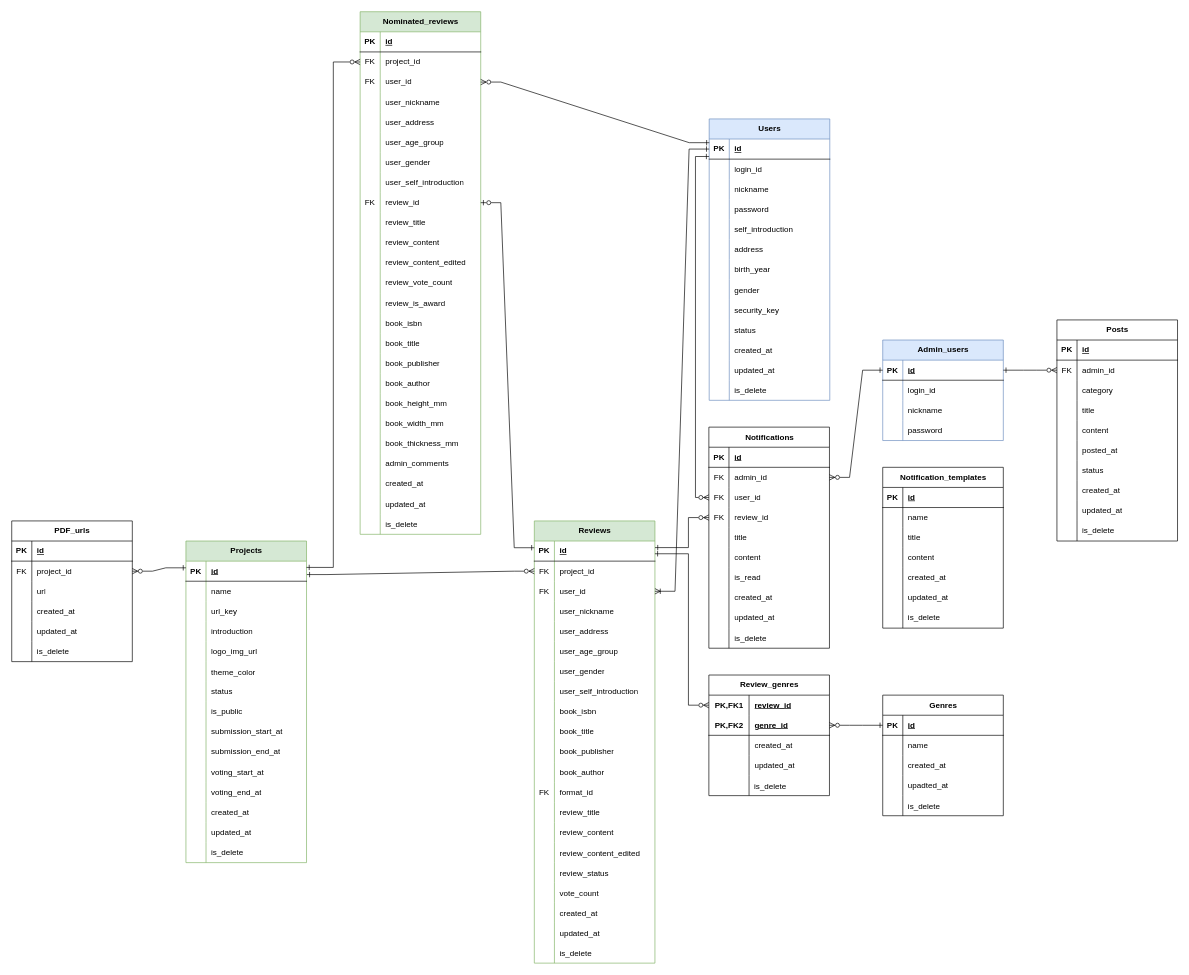
This is ER図.drawio from knagaki1225/zoutohana-documentation, a draw.io file, before an edit. Source tidied: cells renumbered, new cells numbered last; positions are measured from the earlier drawing's top-left corner, leaving out a move shared by most shapes. Both pictures are drawn from the tidied source at 67%, with x=0, y=0 at pixel (11, 11).
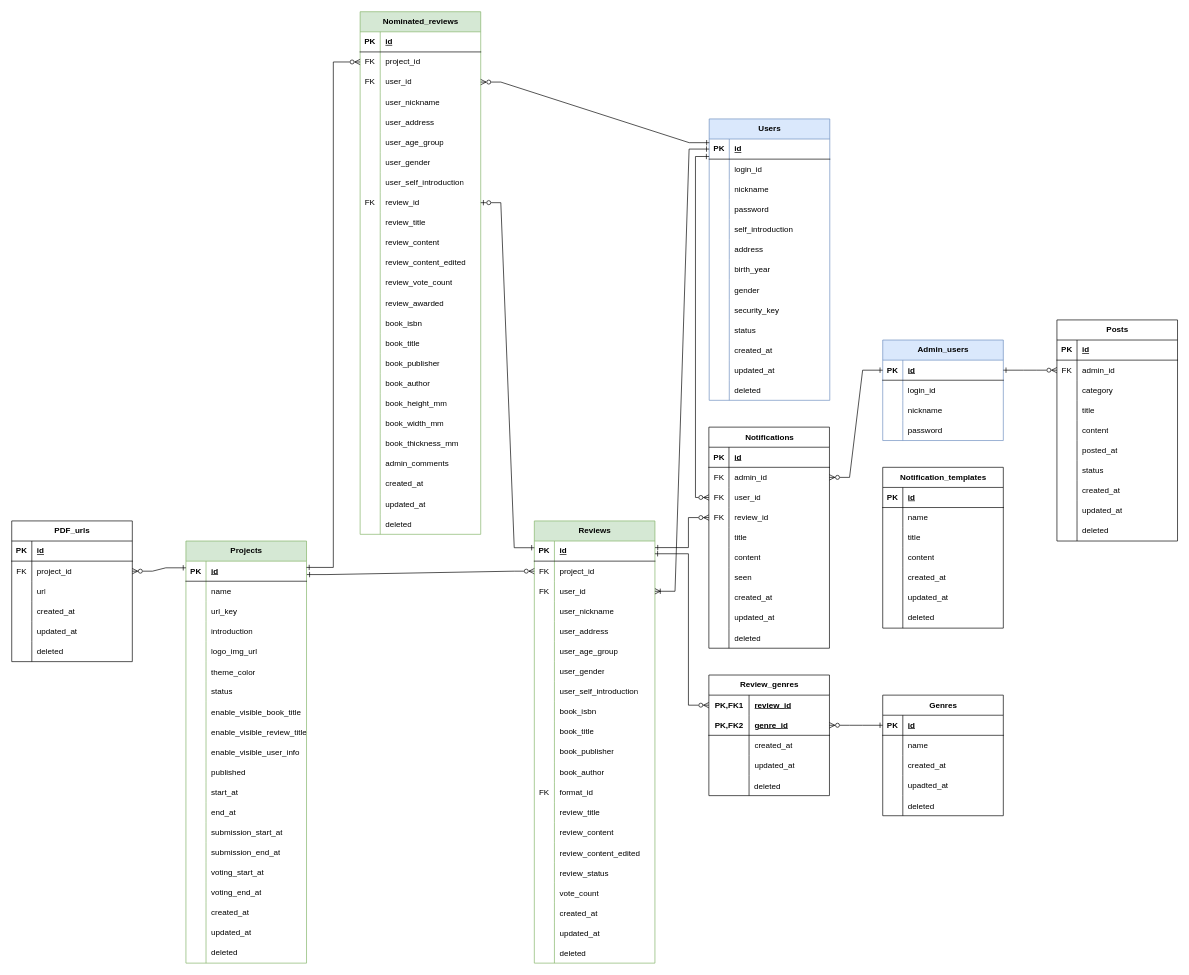
The same diagram, later.

Commit message:
ER図 is_ 接頭詞の修正

The change refers to these unchanged cells:
```xml
<mxCell id="39" style="shape=tableRow;horizontal=0;startSize=0;swimlaneHead=0;swimlaneBody=0;fillColor=none;top=0;left=0;right=0;bottom=0;" parent="2" vertex="1">
  <mxGeometry y="390" width="180" height="30" as="geometry" />
</mxCell>
<mxCell id="55" style="shape=tableRow;horizontal=0;startSize=0;swimlaneHead=0;swimlaneBody=0;fillColor=none;top=0;left=0;right=0;bottom=0;" parent="42" vertex="1">
  <mxGeometry y="150" width="180" height="30" as="geometry" />
</mxCell>
<mxCell id="119" style="shape=tableRow;horizontal=0;startSize=0;swimlaneHead=0;swimlaneBody=0;fillColor=none;top=0;left=0;right=0;bottom=0;" parent="58" vertex="1">
  <mxGeometry y="630" width="180" height="30" as="geometry" />
</mxCell>
<mxCell id="201" style="shape=tableRow;horizontal=0;startSize=0;swimlaneHead=0;swimlaneBody=0;fillColor=none;top=0;left=0;right=0;bottom=0;" parent="185" vertex="1">
  <mxGeometry y="180" width="180" height="30" as="geometry" />
</mxCell>
<mxCell id="244" style="shape=tableRow;horizontal=0;startSize=0;swimlaneHead=0;swimlaneBody=0;fillColor=none;top=0;left=0;right=0;bottom=0;" parent="204" vertex="1">
  <mxGeometry y="420" width="180" height="30" as="geometry" />
</mxCell>
<mxCell id="277" style="shape=tableRow;horizontal=0;startSize=0;swimlaneHead=0;swimlaneBody=0;fillColor=none;top=0;left=0;right=0;bottom=0;" parent="204" vertex="1">
  <mxGeometry y="750" width="180" height="30" as="geometry" />
</mxCell>
<mxCell id="301" style="shape=tableRow;horizontal=0;startSize=0;swimlaneHead=0;swimlaneBody=0;fillColor=none;top=0;left=0;right=0;bottom=0;" parent="282" vertex="1">
  <mxGeometry y="210" width="180" height="30" as="geometry" />
</mxCell>
<mxCell id="310" style="shape=tableRow;horizontal=0;startSize=0;swimlaneHead=0;swimlaneBody=0;fillColor=none;top=0;left=0;right=0;bottom=0;" parent="282" vertex="1">
  <mxGeometry y="300" width="180" height="30" as="geometry" />
</mxCell>
<mxCell id="341" style="shape=tableRow;horizontal=0;startSize=0;swimlaneHead=0;swimlaneBody=0;fillColor=none;top=0;left=0;right=0;bottom=0;" parent="313" vertex="1">
  <mxGeometry y="300" width="180" height="30" as="geometry" />
</mxCell>
<mxCell id="368" style="shape=tableRow;horizontal=0;startSize=0;swimlaneHead=0;swimlaneBody=0;fillColor=none;top=0;left=0;right=0;bottom=0;" parent="349" vertex="1">
  <mxGeometry y="210" width="180" height="30" as="geometry" />
</mxCell>
<mxCell id="385" style="shape=tableRow;horizontal=0;startSize=0;swimlaneHead=0;swimlaneBody=0;fillColor=none;top=0;left=0;right=0;bottom=0;" parent="372" vertex="1">
  <mxGeometry y="150" width="180" height="30" as="geometry" />
</mxCell>
```

What changed in the source:
```diff
@@
-    <mxCell id="41" value="is_delete" style="shape=partialRectangle;fillColor=none;top=0;left=0;bottom=0;right=0;align=left;spacingLeft=6;overflow=hidden;" parent="39" vertex="1">
+    <mxCell id="41" value="deleted" style="shape=partialRectangle;fillColor=none;top=0;left=0;bottom=0;right=0;align=left;spacingLeft=6;overflow=hidden;" parent="39" vertex="1">
       <mxGeometry x="30" width="150" height="30" as="geometry" />
     </mxCell>
@@
-    <mxCell id="57" value="is_delete" style="shape=partialRectangle;fillColor=none;top=0;left=0;bottom=0;right=0;align=left;spacingLeft=6;overflow=hidden;" parent="55" vertex="1">
+    <mxCell id="57" value="deleted" style="shape=partialRectangle;fillColor=none;top=0;left=0;bottom=0;right=0;align=left;spacingLeft=6;overflow=hidden;" parent="55" vertex="1">
       <mxGeometry x="30" width="150" height="30" as="geometry" />
     </mxCell>
@@
-    <mxCell id="121" value="is_delete" style="shape=partialRectangle;fillColor=none;top=0;left=0;bottom=0;right=0;align=left;spacingLeft=6;overflow=hidden;" parent="119" vertex="1">
+    <mxCell id="121" value="deleted" style="shape=partialRectangle;fillColor=none;top=0;left=0;bottom=0;right=0;align=left;spacingLeft=6;overflow=hidden;" parent="119" vertex="1">
       <mxGeometry x="30" width="150" height="30" as="geometry" />
     </mxCell>
     <mxCell id="122" value="Projects" style="shape=table;startSize=30;childLayout=tableLayout;rowLines=0;fontStyle=1;align=center;html=1;fillColor=#d5e8d4;strokeColor=#82b366;" parent="1" vertex="1">
-      <mxGeometry x="260" y="790" width="180" height="480" as="geometry" />
+      <mxGeometry x="260" y="790" width="180" height="630" as="geometry" />
     </mxCell>
@@
+    <mxCell id="388" style="shape=tableRow;horizontal=0;startSize=0;swimlaneHead=0;swimlaneBody=0;fillColor=none;top=0;left=0;right=0;bottom=0;" parent="122" vertex="1">
+      <mxGeometry y="240" width="180" height="30" as="geometry" />
+    </mxCell>
+    <mxCell id="389" style="shape=partialRectangle;fillColor=none;top=0;left=0;bottom=0;right=0;overflow=hidden;" parent="388" vertex="1">
+      <mxGeometry width="30" height="30" as="geometry" />
+    </mxCell>
+    <mxCell id="390" value="enable_visible_book_title" style="shape=partialRectangle;fillColor=none;top=0;left=0;bottom=0;right=0;align=left;spacingLeft=6;overflow=hidden;" parent="388" vertex="1">
+      <mxGeometry x="30" width="150" height="30" as="geometry" />
+    </mxCell>
+    <mxCell id="391" style="shape=tableRow;horizontal=0;startSize=0;swimlaneHead=0;swimlaneBody=0;fillColor=none;top=0;left=0;right=0;bottom=0;" parent="122" vertex="1">
+      <mxGeometry y="270" width="180" height="30" as="geometry" />
+    </mxCell>
+    <mxCell id="392" style="shape=partialRectangle;fillColor=none;top=0;left=0;bottom=0;right=0;overflow=hidden;" parent="391" vertex="1">
+      <mxGeometry width="30" height="30" as="geometry" />
+    </mxCell>
+    <mxCell id="393" value="enable_visible_review_title" style="shape=partialRectangle;fillColor=none;top=0;left=0;bottom=0;right=0;align=left;spacingLeft=6;overflow=hidden;" parent="391" vertex="1">
+      <mxGeometry x="30" width="150" height="30" as="geometry" />
+    </mxCell>
+    <mxCell id="394" style="shape=tableRow;horizontal=0;startSize=0;swimlaneHead=0;swimlaneBody=0;fillColor=none;top=0;left=0;right=0;bottom=0;" parent="122" vertex="1">
+      <mxGeometry y="300" width="180" height="30" as="geometry" />
+    </mxCell>
+    <mxCell id="395" style="shape=partialRectangle;fillColor=none;top=0;left=0;bottom=0;right=0;overflow=hidden;" parent="394" vertex="1">
+      <mxGeometry width="30" height="30" as="geometry" />
+    </mxCell>
+    <mxCell id="396" value="enable_visible_user_info" style="shape=partialRectangle;fillColor=none;top=0;left=0;bottom=0;right=0;align=left;spacingLeft=6;overflow=hidden;" parent="394" vertex="1">
+      <mxGeometry x="30" width="150" height="30" as="geometry" />
+    </mxCell>
     <mxCell id="144" style="shape=tableRow;horizontal=0;startSize=0;swimlaneHead=0;swimlaneBody=0;fillColor=none;top=0;left=0;right=0;bottom=0;" parent="122" vertex="1">
-      <mxGeometry y="240" width="180" height="30" as="geometry" />
+      <mxGeometry y="330" width="180" height="30" as="geometry" />
     </mxCell>
@@
-    <mxCell id="146" value="is_public" style="shape=partialRectangle;fillColor=none;top=0;left=0;bottom=0;right=0;align=left;spacingLeft=6;overflow=hidden;whiteSpace=wrap;html=1;" parent="144" vertex="1">
+    <mxCell id="146" value="published" style="shape=partialRectangle;fillColor=none;top=0;left=0;bottom=0;right=0;align=left;spacingLeft=6;overflow=hidden;whiteSpace=wrap;html=1;" parent="144" vertex="1">
       <mxGeometry x="30" width="150" height="30" as="geometry" />
     </mxCell>
+    <mxCell id="397" style="shape=tableRow;horizontal=0;startSize=0;swimlaneHead=0;swimlaneBody=0;fillColor=none;top=0;left=0;right=0;bottom=0;" parent="122" vertex="1">
+      <mxGeometry y="360" width="180" height="30" as="geometry" />
+    </mxCell>
+    <mxCell id="398" style="shape=partialRectangle;fillColor=none;top=0;left=0;bottom=0;right=0;overflow=hidden;" parent="397" vertex="1">
+      <mxGeometry width="30" height="30" as="geometry" />
+    </mxCell>
+    <mxCell id="399" value="start_at" style="shape=partialRectangle;fillColor=none;top=0;left=0;bottom=0;right=0;align=left;spacingLeft=6;overflow=hidden;" parent="397" vertex="1">
+      <mxGeometry x="30" width="150" height="30" as="geometry" />
+    </mxCell>
+    <mxCell id="400" style="shape=tableRow;horizontal=0;startSize=0;swimlaneHead=0;swimlaneBody=0;fillColor=none;top=0;left=0;right=0;bottom=0;" parent="122" vertex="1">
+      <mxGeometry y="390" width="180" height="30" as="geometry" />
+    </mxCell>
+    <mxCell id="401" style="shape=partialRectangle;fillColor=none;top=0;left=0;bottom=0;right=0;overflow=hidden;" parent="400" vertex="1">
+      <mxGeometry width="30" height="30" as="geometry" />
+    </mxCell>
+    <mxCell id="402" value="end_at" style="shape=partialRectangle;fillColor=none;top=0;left=0;bottom=0;right=0;align=left;spacingLeft=6;overflow=hidden;" parent="400" vertex="1">
+      <mxGeometry x="30" width="150" height="30" as="geometry" />
+    </mxCell>
     <mxCell id="147" style="shape=tableRow;horizontal=0;startSize=0;swimlaneHead=0;swimlaneBody=0;fillColor=none;top=0;left=0;right=0;bottom=0;" parent="122" vertex="1">
-      <mxGeometry y="270" width="180" height="30" as="geometry" />
+      <mxGeometry y="420" width="180" height="30" as="geometry" />
     </mxCell>
@@
     <mxCell id="150" style="shape=tableRow;horizontal=0;startSize=0;swimlaneHead=0;swimlaneBody=0;fillColor=none;top=0;left=0;right=0;bottom=0;" parent="122" vertex="1">
-      <mxGeometry y="300" width="180" height="30" as="geometry" />
+      <mxGeometry y="450" width="180" height="30" as="geometry" />
     </mxCell>
@@
     <mxCell id="153" style="shape=tableRow;horizontal=0;startSize=0;swimlaneHead=0;swimlaneBody=0;fillColor=none;top=0;left=0;right=0;bottom=0;" parent="122" vertex="1">
-      <mxGeometry y="330" width="180" height="30" as="geometry" />
+      <mxGeometry y="480" width="180" height="30" as="geometry" />
     </mxCell>
@@
     <mxCell id="156" style="shape=tableRow;horizontal=0;startSize=0;swimlaneHead=0;swimlaneBody=0;fillColor=none;top=0;left=0;right=0;bottom=0;" parent="122" vertex="1">
-      <mxGeometry y="360" width="180" height="30" as="geometry" />
+      <mxGeometry y="510" width="180" height="30" as="geometry" />
     </mxCell>
@@
     <mxCell id="159" style="shape=tableRow;horizontal=0;startSize=0;swimlaneHead=0;swimlaneBody=0;fillColor=none;top=0;left=0;right=0;bottom=0;" parent="122" vertex="1">
-      <mxGeometry y="390" width="180" height="30" as="geometry" />
+      <mxGeometry y="540" width="180" height="30" as="geometry" />
     </mxCell>
@@
     <mxCell id="162" style="shape=tableRow;horizontal=0;startSize=0;swimlaneHead=0;swimlaneBody=0;fillColor=none;top=0;left=0;right=0;bottom=0;" parent="122" vertex="1">
-      <mxGeometry y="420" width="180" height="30" as="geometry" />
+      <mxGeometry y="570" width="180" height="30" as="geometry" />
     </mxCell>
@@
     <mxCell id="165" style="shape=tableRow;horizontal=0;startSize=0;swimlaneHead=0;swimlaneBody=0;fillColor=none;top=0;left=0;right=0;bottom=0;" parent="122" vertex="1">
-      <mxGeometry y="450" width="180" height="30" as="geometry" />
+      <mxGeometry y="600" width="180" height="30" as="geometry" />
     </mxCell>
@@
-    <mxCell id="167" value="is_delete" style="shape=partialRectangle;fillColor=none;top=0;left=0;bottom=0;right=0;align=left;spacingLeft=6;overflow=hidden;whiteSpace=wrap;html=1;" parent="165" vertex="1">
+    <mxCell id="167" value="deleted" style="shape=partialRectangle;fillColor=none;top=0;left=0;bottom=0;right=0;align=left;spacingLeft=6;overflow=hidden;whiteSpace=wrap;html=1;" parent="165" vertex="1">
       <mxGeometry x="30" width="150" height="30" as="geometry" />
     </mxCell>
@@
-    <mxCell id="203" value="is_delete" style="shape=partialRectangle;fillColor=none;top=0;left=0;bottom=0;right=0;align=left;spacingLeft=6;overflow=hidden;whiteSpace=wrap;html=1;" parent="201" vertex="1">
+    <mxCell id="203" value="deleted" style="shape=partialRectangle;fillColor=none;top=0;left=0;bottom=0;right=0;align=left;spacingLeft=6;overflow=hidden;whiteSpace=wrap;html=1;" parent="201" vertex="1">
       <mxGeometry x="30" width="150" height="30" as="geometry" />
     </mxCell>
@@
-    <mxCell id="246" value="review_is_award" style="shape=partialRectangle;fillColor=none;top=0;left=0;bottom=0;right=0;align=left;spacingLeft=6;overflow=hidden;whiteSpace=wrap;html=1;" parent="244" vertex="1">
+    <mxCell id="246" value="review_awarded" style="shape=partialRectangle;fillColor=none;top=0;left=0;bottom=0;right=0;align=left;spacingLeft=6;overflow=hidden;whiteSpace=wrap;html=1;" parent="244" vertex="1">
       <mxGeometry x="30" width="150" height="30" as="geometry" />
     </mxCell>
@@
-    <mxCell id="279" value="is_delete" style="shape=partialRectangle;fillColor=none;top=0;left=0;bottom=0;right=0;align=left;spacingLeft=6;overflow=hidden;whiteSpace=wrap;html=1;" parent="277" vertex="1">
+    <mxCell id="279" value="deleted" style="shape=partialRectangle;fillColor=none;top=0;left=0;bottom=0;right=0;align=left;spacingLeft=6;overflow=hidden;whiteSpace=wrap;html=1;" parent="277" vertex="1">
       <mxGeometry x="30" width="150" height="30" as="geometry" />
     </mxCell>
@@
-    <mxCell id="303" value="is_read" style="shape=partialRectangle;fillColor=none;top=0;left=0;bottom=0;right=0;align=left;spacingLeft=6;overflow=hidden;whiteSpace=wrap;html=1;" parent="301" vertex="1">
+    <mxCell id="303" value="seen" style="shape=partialRectangle;fillColor=none;top=0;left=0;bottom=0;right=0;align=left;spacingLeft=6;overflow=hidden;whiteSpace=wrap;html=1;" parent="301" vertex="1">
       <mxGeometry x="30" width="150" height="30" as="geometry" />
     </mxCell>
@@
-    <mxCell id="312" value="is_delete" style="shape=partialRectangle;fillColor=none;top=0;left=0;bottom=0;right=0;align=left;spacingLeft=6;overflow=hidden;whiteSpace=wrap;html=1;" parent="310" vertex="1">
+    <mxCell id="312" value="deleted" style="shape=partialRectangle;fillColor=none;top=0;left=0;bottom=0;right=0;align=left;spacingLeft=6;overflow=hidden;whiteSpace=wrap;html=1;" parent="310" vertex="1">
       <mxGeometry x="30" width="150" height="30" as="geometry" />
     </mxCell>
@@
-    <mxCell id="343" value="is_delete" style="shape=partialRectangle;fillColor=none;top=0;left=0;bottom=0;right=0;align=left;spacingLeft=6;overflow=hidden;whiteSpace=wrap;html=1;" parent="341" vertex="1">
+    <mxCell id="343" value="deleted" style="shape=partialRectangle;fillColor=none;top=0;left=0;bottom=0;right=0;align=left;spacingLeft=6;overflow=hidden;whiteSpace=wrap;html=1;" parent="341" vertex="1">
       <mxGeometry x="30" width="150" height="30" as="geometry" />
     </mxCell>
@@
-    <mxCell id="370" value="is_delete" style="shape=partialRectangle;fillColor=none;top=0;left=0;bottom=0;right=0;align=left;spacingLeft=6;overflow=hidden;whiteSpace=wrap;html=1;" parent="368" vertex="1">
+    <mxCell id="370" value="deleted" style="shape=partialRectangle;fillColor=none;top=0;left=0;bottom=0;right=0;align=left;spacingLeft=6;overflow=hidden;whiteSpace=wrap;html=1;" parent="368" vertex="1">
       <mxGeometry x="30" width="150" height="30" as="geometry" />
     </mxCell>
@@
-    <mxCell id="387" value="is_delete" style="shape=partialRectangle;fillColor=none;top=0;left=0;bottom=0;right=0;align=left;spacingLeft=6;overflow=hidden;" parent="385" vertex="1">
+    <mxCell id="387" value="deleted" style="shape=partialRectangle;fillColor=none;top=0;left=0;bottom=0;right=0;align=left;spacingLeft=6;overflow=hidden;" parent="385" vertex="1">
       <mxGeometry x="60" width="120" height="30" as="geometry" />
     </mxCell>
```
